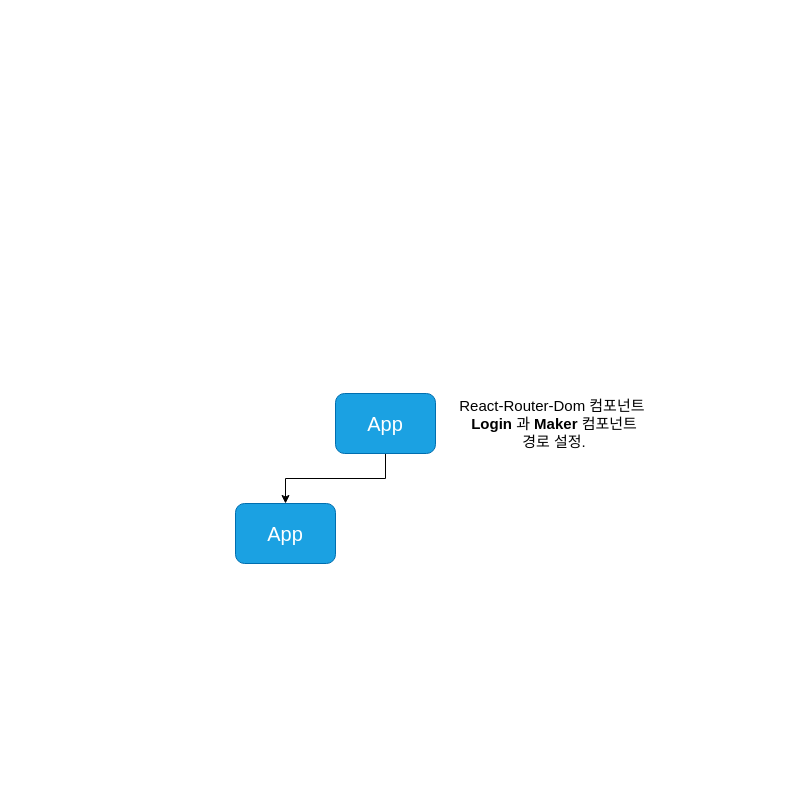
This is public/images/Untitled Diagram.drawio from hursh7/business-card-maker, a draw.io file, before an edit. Source tidied: cells renumbered, new cells numbered last; positions are measured from the earlier drawing's top-left corner, leaving out a move shared by most shapes. Both pictures are drawn from the tidied source at 100%, with x=0, y=0 at pixel (235, 383).
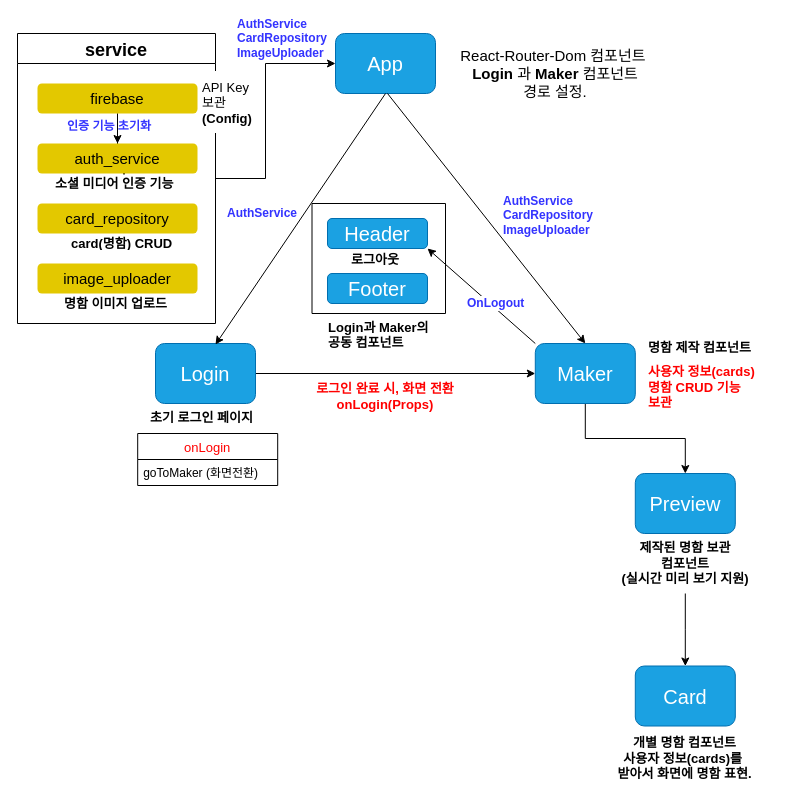
Above is the later version.

The edit, as a diff of the source:
```diff
@@
-    <mxCell id="2" style="edgeStyle=orthogonalEdgeStyle;rounded=0;jettySize=auto;html=1;" parent="1" edge="1" source="3" target="4">
-      <mxGeometry relative="1" as="geometry" />
-    </mxCell>
     <mxCell id="3" value="&lt;font style=&quot;font-size: 20px&quot;&gt;App&lt;/font&gt;" style="rounded=1;whiteSpace=wrap;html=1;fillColor=#1ba1e2;strokeColor=#006EAF;fontColor=#ffffff;" parent="1" vertex="1">
-      <mxGeometry x="100" y="10" width="100" height="60" as="geometry" />
+      <mxGeometry x="100" y="-350" width="100" height="60" as="geometry" />
     </mxCell>
-    <mxCell id="4" value="&lt;font style=&quot;font-size: 20px&quot;&gt;App&lt;/font&gt;" style="rounded=1;whiteSpace=wrap;html=1;fillColor=#1ba1e2;strokeColor=#006EAF;fontColor=#ffffff;" parent="1" vertex="1">
-      <mxGeometry y="120" width="100" height="60" as="geometry" />
-    </mxCell>
     <mxCell id="5" value="&lt;font style=&quot;font-size: 15px&quot;&gt;&lt;font style=&quot;font-size: 15px&quot;&gt;&lt;br&gt;React&lt;/font&gt;-&lt;font style=&quot;font-size: 15px&quot;&gt;Router-Dom 컴포넌트&amp;nbsp;&lt;br&gt;&lt;b&gt;Login&lt;/b&gt; 과 &lt;b&gt;Maker&lt;/b&gt;&amp;nbsp;컴포넌트 &lt;br&gt;경로 설정.&lt;br&gt;&lt;br&gt;&lt;/font&gt;&lt;/font&gt;" style="text;html=1;strokeColor=none;fillColor=none;align=center;verticalAlign=middle;whiteSpace=wrap;rounded=0;labelBackgroundColor=#FFFFFF;labelBorderColor=none;spacing=0;fontColor=#000000;spacingLeft=0;" parent="1" vertex="1">
-      <mxGeometry x="219" width="200" height="80" as="geometry" />
+      <mxGeometry x="220" y="-350" width="200" height="80" as="geometry" />
     </mxCell>
+    <mxCell id="6" style="edgeStyle=orthogonalEdgeStyle;rounded=0;jettySize=auto;html=1;fontSize=13;fontColor=#3333FF;entryX=0;entryY=0.5;entryDx=0;entryDy=0;" parent="1" edge="1" source="7" target="3">
+      <mxGeometry relative="1" as="geometry">
+        <Array as="points">
+          <mxPoint x="30" y="-205" />
+          <mxPoint x="30" y="-320" />
+        </Array>
+      </mxGeometry>
+    </mxCell>
+    <mxCell id="7" value="service" style="swimlane;fontSize=18;startSize=30;" parent="1" vertex="1">
+      <mxGeometry x="-218" y="-350" width="198" height="290" as="geometry" />
+    </mxCell>
+    <mxCell id="8" style="edgeStyle=orthogonalEdgeStyle;rounded=0;jettySize=auto;html=1;fontSize=18;fontColor=#FFFFFF;entryX=0.5;entryY=0;entryDx=0;entryDy=0;" parent="7" edge="1" source="10" target="11">
+      <mxGeometry relative="1" as="geometry" />
+    </mxCell>
+    <mxCell id="9" style="edgeStyle=orthogonalEdgeStyle;rounded=0;jettySize=auto;html=1;fontSize=13;fontColor=#3333FF;" parent="7" edge="1" source="10" target="15">
+      <mxGeometry relative="1" as="geometry" />
+    </mxCell>
+    <mxCell id="10" value="&lt;span style=&quot;font-size: 15px&quot;&gt;firebase&lt;/span&gt;" style="rounded=1;whiteSpace=wrap;html=1;fillColor=#e3c800;strokeColor=none;fontColor=#000000;" parent="7" vertex="1">
+      <mxGeometry x="20" y="50" width="160" height="30" as="geometry" />
+    </mxCell>
+    <mxCell id="11" value="&lt;span style=&quot;font-size: 15px&quot;&gt;auth_service&lt;/span&gt;" style="rounded=1;whiteSpace=wrap;html=1;fillColor=#e3c800;strokeColor=none;fontColor=#000000;" parent="7" vertex="1">
+      <mxGeometry x="20" y="110" width="160" height="30" as="geometry" />
+    </mxCell>
+    <mxCell id="12" value="&lt;span style=&quot;font-size: 15px&quot;&gt;card_repository&lt;/span&gt;" style="rounded=1;whiteSpace=wrap;html=1;fillColor=#e3c800;strokeColor=none;fontColor=#000000;" parent="7" vertex="1">
+      <mxGeometry x="20" y="170" width="160" height="30" as="geometry" />
+    </mxCell>
+    <mxCell id="13" value="&lt;span style=&quot;font-size: 15px&quot;&gt;image_uploader&lt;/span&gt;" style="rounded=1;whiteSpace=wrap;html=1;fillColor=#e3c800;strokeColor=none;fontColor=#000000;" parent="7" vertex="1">
+      <mxGeometry x="20" y="230" width="160" height="30" as="geometry" />
+    </mxCell>
+    <mxCell id="14" value="&lt;font style=&quot;font-size: 12px;&quot;&gt;인증 기능 초기화&lt;/font&gt;" style="text;html=1;strokeColor=none;fillColor=none;align=center;verticalAlign=middle;whiteSpace=wrap;rounded=0;labelBackgroundColor=none;fontSize=12;fontColor=#3333FF;fontStyle=1;" parent="7" vertex="1">
+      <mxGeometry x="42" y="83" width="100" height="20" as="geometry" />
+    </mxCell>
+    <mxCell id="15" value="&lt;h1 style=&quot;font-size: 13px&quot;&gt;&lt;font color=&quot;#000000&quot; style=&quot;font-size: 13px&quot;&gt;&lt;span style=&quot;font-size: 13px;&quot;&gt;소셜 미디어 인증 기능&amp;nbsp;&lt;/span&gt;&lt;/font&gt;&lt;/h1&gt;" style="text;html=1;strokeColor=none;fillColor=none;spacing=5;spacingTop=-18;whiteSpace=wrap;overflow=hidden;rounded=0;fontSize=13;fontColor=#FFFFFF;labelBackgroundColor=none;fontStyle=1;" parent="7" vertex="1">
+      <mxGeometry x="33" y="142" width="147" height="15" as="geometry" />
+    </mxCell>
+    <mxCell id="16" value="&lt;h1 style=&quot;font-size: 13px&quot;&gt;&lt;font color=&quot;#000000&quot;&gt;&lt;span style=&quot;&quot;&gt;card(명함) CRUD&lt;/span&gt;&lt;/font&gt;&lt;/h1&gt;" style="text;html=1;strokeColor=none;fillColor=none;spacing=5;spacingTop=-18;whiteSpace=wrap;overflow=hidden;rounded=0;fontSize=13;fontColor=#FFFFFF;labelBackgroundColor=none;fontStyle=1;" parent="7" vertex="1">
+      <mxGeometry x="49" y="202" width="113" height="15" as="geometry" />
+    </mxCell>
+    <mxCell id="17" value="&lt;h1 style=&quot;font-size: 13px&quot;&gt;&lt;font color=&quot;#000000&quot;&gt;&lt;span style=&quot;&quot;&gt;명함 이미지 업로드&lt;/span&gt;&lt;/font&gt;&lt;/h1&gt;" style="text;html=1;strokeColor=none;fillColor=none;spacing=5;spacingTop=-18;whiteSpace=wrap;overflow=hidden;rounded=0;fontSize=13;fontColor=#FFFFFF;labelBackgroundColor=none;fontStyle=1;" parent="7" vertex="1">
+      <mxGeometry x="41.5" y="262" width="127.5" height="15" as="geometry" />
+    </mxCell>
+    <mxCell id="18" value="&lt;h1 style=&quot;font-size: 13px&quot;&gt;&lt;font color=&quot;#000000&quot; style=&quot;font-size: 13px&quot;&gt;&lt;span style=&quot;font-weight: 400&quot;&gt;API Key 보관&lt;/span&gt;(Config)&lt;/font&gt;&lt;/h1&gt;" style="text;html=1;strokeColor=none;fillColor=none;spacing=5;spacingTop=-18;whiteSpace=wrap;overflow=hidden;rounded=0;fontSize=15;fontColor=#FFFFFF;labelBackgroundColor=#FFFFFF;" parent="7" vertex="1">
+      <mxGeometry x="180" y="46" width="60" height="54" as="geometry" />
+    </mxCell>
+    <mxCell id="19" value="AuthService&lt;br&gt;CardRepository&lt;br&gt;ImageUploader" style="text;html=1;strokeColor=none;fillColor=none;align=left;verticalAlign=middle;whiteSpace=wrap;rounded=0;labelBackgroundColor=none;fontSize=12;fontColor=#3333FF;fontStyle=1;" parent="1" vertex="1">
+      <mxGeometry y="-365" width="100" height="40" as="geometry" />
+    </mxCell>
+    <mxCell id="20" style="edgeStyle=orthogonalEdgeStyle;rounded=0;jettySize=auto;html=1;fontSize=13;fontColor=#3333FF;entryX=0;entryY=0.5;entryDx=0;entryDy=0;" parent="1" edge="1" source="21" target="25">
+      <mxGeometry relative="1" as="geometry" />
+    </mxCell>
+    <mxCell id="21" value="&lt;font style=&quot;font-size: 20px&quot;&gt;Login&lt;/font&gt;" style="rounded=1;whiteSpace=wrap;html=1;fillColor=#1ba1e2;strokeColor=#006EAF;fontColor=#ffffff;" parent="1" vertex="1">
+      <mxGeometry x="-80" y="-40" width="100" height="60" as="geometry" />
+    </mxCell>
+    <mxCell id="22" style="endArrow=classic;html=1;fontSize=13;fontColor=#3333FF;entryX=0.6;entryY=0.017;entryDx=0;entryDy=0;entryPerimeter=0;" parent="1" edge="1" target="21">
+      <mxGeometry relative="1" as="geometry">
+        <mxPoint x="150" y="-290" as="sourcePoint" />
+      </mxGeometry>
+    </mxCell>
+    <mxCell id="23" style="endArrow=classic;html=1;fontSize=13;fontColor=#3333FF;entryX=0.5;entryY=0;entryDx=0;entryDy=0;" parent="1" edge="1" target="25">
+      <mxGeometry relative="1" as="geometry">
+        <mxPoint x="152" y="-290" as="sourcePoint" />
+      </mxGeometry>
+    </mxCell>
+    <mxCell id="24" style="edgeStyle=orthogonalEdgeStyle;rounded=0;jettySize=auto;html=1;fontSize=13;fontColor=#FF0000;" parent="1" edge="1" source="25" target="40">
+      <mxGeometry relative="1" as="geometry" />
+    </mxCell>
+    <mxCell id="25" value="&lt;font style=&quot;font-size: 20px&quot;&gt;Maker&lt;/font&gt;" style="rounded=1;whiteSpace=wrap;html=1;fillColor=#1ba1e2;strokeColor=#006EAF;fontColor=#ffffff;" parent="1" vertex="1">
+      <mxGeometry x="299.8" y="-40" width="100" height="60" as="geometry" />
+    </mxCell>
+    <mxCell id="26" value="AuthService&lt;br&gt;" style="text;html=1;strokeColor=none;fillColor=none;align=left;verticalAlign=middle;whiteSpace=wrap;rounded=0;labelBackgroundColor=none;fontSize=12;fontColor=#3333FF;fontStyle=1;" parent="1" vertex="1">
+      <mxGeometry x="-10" y="-180" width="76" height="20" as="geometry" />
+    </mxCell>
+    <mxCell id="27" value="AuthService&lt;br&gt;CardRepository&lt;br&gt;ImageUploader" style="text;html=1;strokeColor=none;fillColor=none;align=left;verticalAlign=middle;whiteSpace=wrap;rounded=0;labelBackgroundColor=none;fontSize=12;fontColor=#3333FF;fontStyle=1;" parent="1" vertex="1">
+      <mxGeometry x="266" y="-188" width="100" height="40" as="geometry" />
+    </mxCell>
+    <mxCell id="28" value="&lt;h1 style=&quot;font-size: 13px&quot;&gt;&lt;font color=&quot;#000000&quot;&gt;&lt;span&gt;초기 로그인 페이지&lt;/span&gt;&lt;/font&gt;&lt;/h1&gt;" style="text;html=1;strokeColor=none;fillColor=none;spacing=5;spacingTop=-18;whiteSpace=wrap;overflow=hidden;rounded=0;fontSize=13;fontColor=#FFFFFF;labelBackgroundColor=none;fontStyle=1;" parent="1" vertex="1">
+      <mxGeometry x="-90.5" y="26" width="125.5" height="15" as="geometry" />
+    </mxCell>
+    <mxCell id="29" value="&lt;h1 style=&quot;font-size: 13px&quot;&gt;&lt;font color=&quot;#000000&quot;&gt;명함 제작 컴포넌트&lt;/font&gt;&lt;/h1&gt;&lt;div&gt;&lt;font color=&quot;#ff0000&quot;&gt;사용자 정보(cards)&lt;/font&gt;&lt;/div&gt;&lt;div&gt;&lt;font color=&quot;#ff0000&quot;&gt;명함 CRUD 기능&lt;/font&gt;&lt;/div&gt;&lt;div&gt;&lt;font color=&quot;#ff0000&quot;&gt;보관&lt;/font&gt;&lt;/div&gt;" style="text;html=1;strokeColor=none;fillColor=none;spacing=5;spacingTop=-18;whiteSpace=wrap;overflow=hidden;rounded=0;fontSize=13;fontColor=#FFFFFF;labelBackgroundColor=none;fontStyle=1;" parent="1" vertex="1">
+      <mxGeometry x="408" y="-44" width="125.8" height="74" as="geometry" />
+    </mxCell>
+    <mxCell id="30" value="로그인 완료 시, 화면 전환&lt;br&gt;onLogin(Props)" style="text;html=1;strokeColor=none;fillColor=none;align=center;verticalAlign=middle;whiteSpace=wrap;rounded=0;labelBackgroundColor=none;fontSize=13;fontColor=#FF0000;fontStyle=1;" parent="1" vertex="1">
+      <mxGeometry x="70" y="-4" width="160" height="34" as="geometry" />
+    </mxCell>
+    <mxCell id="31" value="onLogin" style="swimlane;fontStyle=0;horizontal=1;startSize=26;fillColor=none;labelBackgroundColor=none;fontSize=13;fontColor=#FF0000;strokeColor=default;" parent="1" vertex="1">
+      <mxGeometry x="-97.8" y="50" width="140" height="52" as="geometry" />
+    </mxCell>
+    <mxCell id="32" value="goToMaker (화면전환)" style="text;strokeColor=none;fillColor=none;align=left;verticalAlign=top;spacingLeft=4;spacingRight=4;overflow=hidden;" parent="31" vertex="1">
+      <mxGeometry y="26" width="140" height="26" as="geometry" />
+    </mxCell>
+    <mxCell id="33" value="&lt;span style=&quot;font-size: 20px&quot;&gt;Header&lt;/span&gt;" style="rounded=1;whiteSpace=wrap;html=1;fillColor=#1ba1e2;strokeColor=#006EAF;fontColor=#ffffff;" parent="1" vertex="1">
+      <mxGeometry x="92" y="-165" width="100" height="30" as="geometry" />
+    </mxCell>
+    <mxCell id="34" value="&lt;span style=&quot;font-size: 20px&quot;&gt;Footer&lt;/span&gt;" style="rounded=1;whiteSpace=wrap;html=1;fillColor=#1ba1e2;strokeColor=#006EAF;fontColor=#ffffff;" parent="1" vertex="1">
+      <mxGeometry x="92" y="-110" width="100" height="30" as="geometry" />
+    </mxCell>
+    <mxCell id="35" style="endArrow=classic;html=1;fontSize=13;fontColor=#FF0000;entryX=1;entryY=1;entryDx=0;entryDy=0;exitX=0;exitY=0;exitDx=0;exitDy=0;" parent="1" edge="1" source="25" target="33">
+      <mxGeometry relative="1" as="geometry" />
+    </mxCell>
+    <mxCell id="36" style="swimlane;startSize=0;labelBackgroundColor=none;fontSize=13;fontColor=#FF0000;strokeColor=default;" parent="1" vertex="1">
+      <mxGeometry x="76.5" y="-180" width="133.5" height="110" as="geometry" />
+    </mxCell>
+    <mxCell id="37" value="&lt;h1 style=&quot;font-size: 13px&quot;&gt;&lt;font color=&quot;#000000&quot; style=&quot;font-size: 13px&quot;&gt;&lt;span style=&quot;font-size: 13px&quot;&gt;로그아웃&lt;/span&gt;&lt;/font&gt;&lt;/h1&gt;" style="text;html=1;strokeColor=none;fillColor=none;spacing=5;spacingTop=-18;whiteSpace=wrap;overflow=hidden;rounded=0;fontSize=13;fontColor=#FFFFFF;labelBackgroundColor=none;fontStyle=1;" parent="36" vertex="1">
+      <mxGeometry x="34" y="47.5" width="69" height="15" as="geometry" />
+    </mxCell>
+    <mxCell id="38" value="OnLogout" style="text;html=1;strokeColor=none;fillColor=none;align=left;verticalAlign=middle;whiteSpace=wrap;rounded=0;labelBackgroundColor=#FFFFFF;fontSize=12;fontColor=#3333FF;fontStyle=1;" parent="1" vertex="1">
+      <mxGeometry x="230" y="-90" width="60" height="20" as="geometry" />
+    </mxCell>
+    <mxCell id="39" value="&lt;h1 style=&quot;font-size: 13px&quot;&gt;&lt;font color=&quot;#000000&quot;&gt;&lt;span&gt;Login과 Maker의 공동 컴포넌트&lt;/span&gt;&lt;/font&gt;&lt;/h1&gt;" style="text;html=1;strokeColor=none;fillColor=none;spacing=5;spacingTop=-18;whiteSpace=wrap;overflow=hidden;rounded=0;fontSize=13;fontColor=#FFFFFF;labelBackgroundColor=none;fontStyle=1;" parent="1" vertex="1">
+      <mxGeometry x="88" y="-64" width="114" height="30" as="geometry" />
+    </mxCell>
+    <mxCell id="40" value="&lt;span style=&quot;font-size: 20px&quot;&gt;Preview&lt;/span&gt;" style="rounded=1;whiteSpace=wrap;html=1;fillColor=#1ba1e2;strokeColor=#006EAF;fontColor=#ffffff;" parent="1" vertex="1">
+      <mxGeometry x="399.8" y="90" width="100" height="60" as="geometry" />
+    </mxCell>
+    <mxCell id="41" style="edgeStyle=orthogonalEdgeStyle;rounded=0;jettySize=auto;html=1;fontSize=13;fontColor=#FF0000;" parent="1" edge="1" source="42">
+      <mxGeometry relative="1" as="geometry">
+        <mxPoint x="449.8" y="282.5" as="targetPoint" />
+      </mxGeometry>
+    </mxCell>
+    <mxCell id="42" value="&lt;font color=&quot;#000000&quot;&gt;제작된 명함 보관 &lt;br&gt;컴포넌트 &lt;br&gt;(실시간 미리 보기 지원)&lt;/font&gt;" style="text;html=1;strokeColor=none;fillColor=none;spacing=5;spacingTop=-18;whiteSpace=wrap;overflow=hidden;rounded=0;fontSize=13;fontColor=#FFFFFF;labelBackgroundColor=none;fontStyle=1;align=center;" parent="1" vertex="1">
+      <mxGeometry x="374.8" y="165" width="150" height="45" as="geometry" />
+    </mxCell>
+    <mxCell id="43" value="&lt;span style=&quot;font-size: 20px&quot;&gt;Card&lt;/span&gt;" style="rounded=1;whiteSpace=wrap;html=1;fillColor=#1ba1e2;strokeColor=#006EAF;fontColor=#ffffff;" parent="1" vertex="1">
+      <mxGeometry x="399.8" y="282.5" width="100" height="60" as="geometry" />
+    </mxCell>
+    <mxCell id="44" value="&lt;font color=&quot;#000000&quot;&gt;개별 명함 컴포넌트&lt;br&gt;사용자 정보(cards)를&amp;nbsp;&lt;br&gt;받아서 화면에 명함 표현.&lt;br&gt;&lt;/font&gt;" style="text;html=1;strokeColor=none;fillColor=none;spacing=5;spacingTop=-18;whiteSpace=wrap;overflow=hidden;rounded=0;fontSize=13;fontColor=#FFFFFF;labelBackgroundColor=none;fontStyle=1;align=center;" parent="1" vertex="1">
+      <mxGeometry x="372" y="360" width="154.8" height="45" as="geometry" />
+    </mxCell>
```
